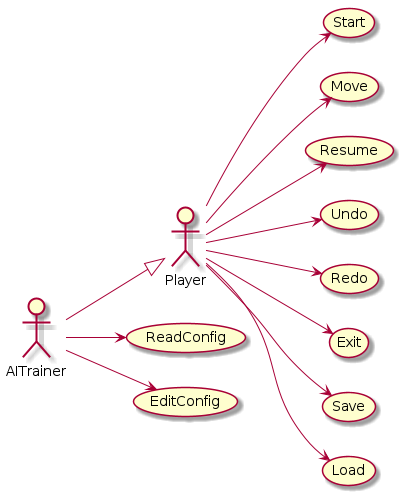
Above: docs/output/UseCases.png in Master-Desarrollo-20-21/patrones-diseno---practica-final---juego-de-las-damas-fraylopez (PlantUML), before the change.
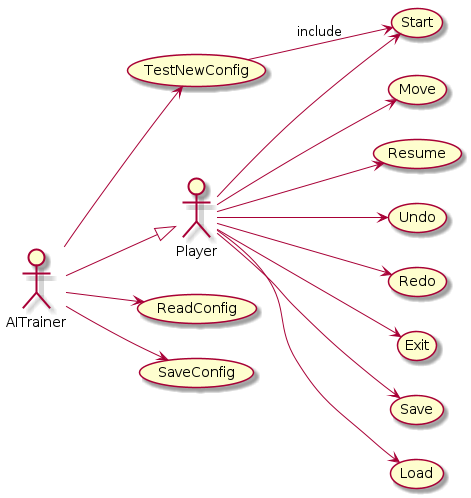
The same diagram one commit later.

Commit message:
packages on domain model and include on use cases

Diff of the diagram source:
```diff
@@ -15,7 +15,8 @@
 usecase Load
 
 usecase ReadConfig
-usecase EditConfig
+usecase TestNewConfig
+usecase SaveConfig
 
 Player --> Start
 Player --> Move
@@ -27,5 +28,8 @@
 Player --> Load
 
 AITrainer --> ReadConfig
-AITrainer --> EditConfig
+AITrainer --> TestNewConfig
+AITrainer --> SaveConfig
+
+TestNewConfig --> Start :"include"
 @enduml
```
